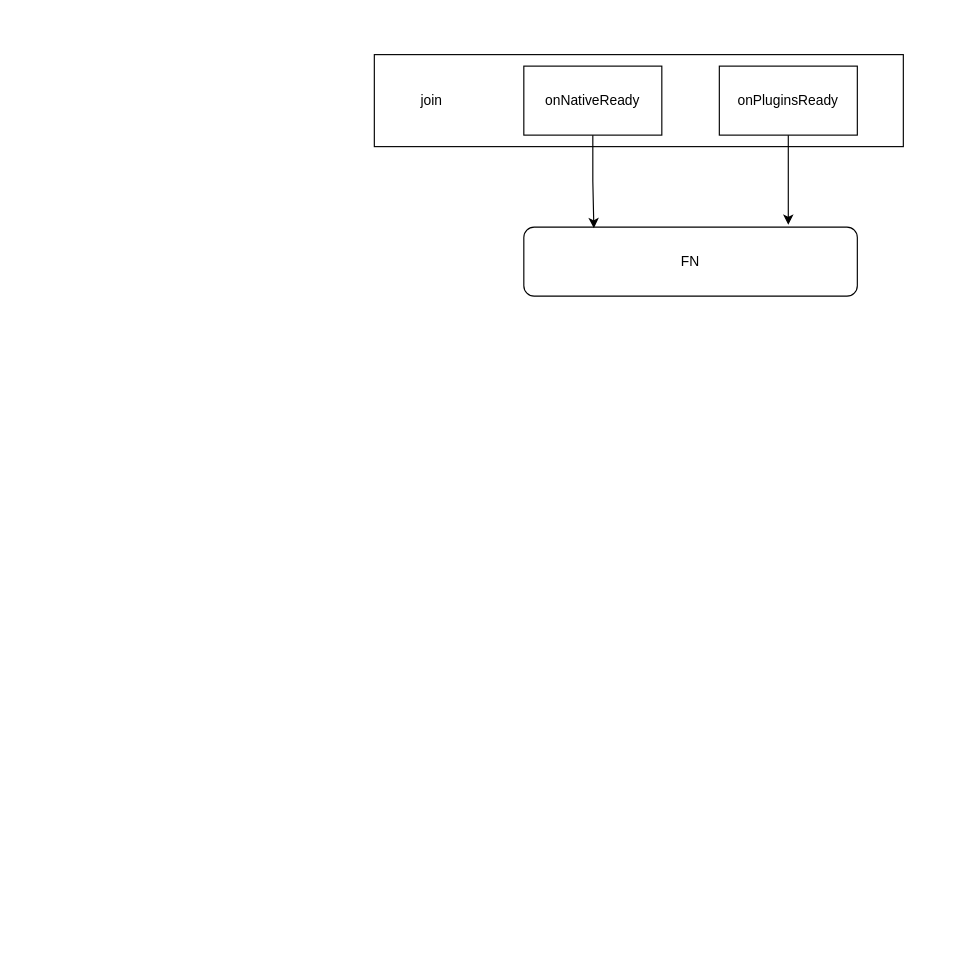
jsven/design-draw keeps this draw.io diagram as cordova/subscribe.drawio. Above is the earlier version. Source tidied: cells renumbered, new cells numbered last; positions are measured from the earlier drawing's top-left corner, leaving out a move shared by most shapes. Both pictures are drawn from the tidied source at 115%, with x=0, y=0 at pixel (374, 54).
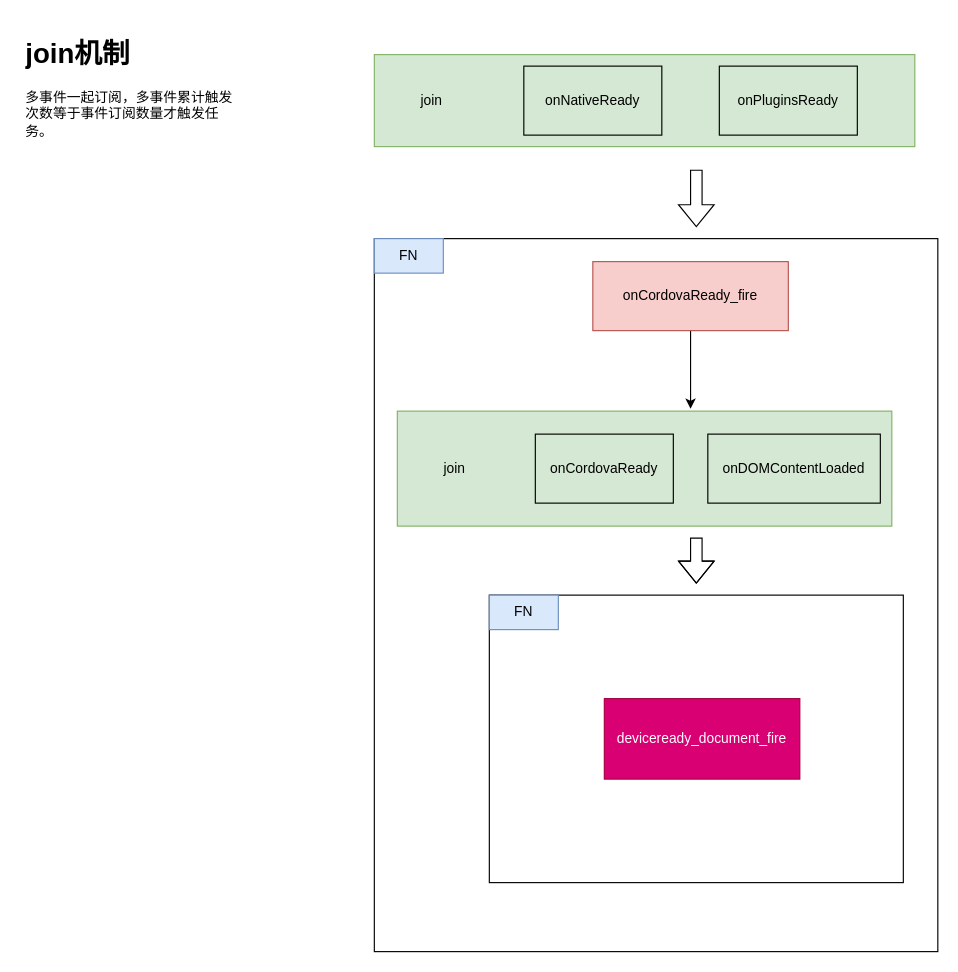
After the change.

Unchanged cells that the change refers to:
```xml
<mxCell id="3" value="onNativeReady" style="rounded=0;whiteSpace=wrap;html=1;fillColor=none;" parent="1" vertex="1">
  <mxGeometry x="130" y="10" width="120" height="60" as="geometry" />
</mxCell>
<mxCell id="5" value="onPluginsReady" style="rounded=0;whiteSpace=wrap;html=1;fillColor=none;" parent="1" vertex="1">
  <mxGeometry x="300" y="10" width="120" height="60" as="geometry" />
</mxCell>
```

Diff of the diagram source:
```diff
@@
-    <mxCell id="2" style="edgeStyle=orthogonalEdgeStyle;rounded=0;jettySize=auto;html=1;entryX=0.21;entryY=0.017;entryDx=0;entryDy=0;entryPerimeter=0;" parent="1" edge="1" source="3" target="6">
-      <mxGeometry relative="1" as="geometry" />
-    </mxCell>
+    <mxCell id="7" style="rounded=0;whiteSpace=wrap;html=1;fillColor=#d5e8d4;strokeColor=#82b366;" parent="1" vertex="1">
+      <mxGeometry width="470" height="80" as="geometry" />
+    </mxCell>
@@
-    <mxCell id="4" style="edgeStyle=orthogonalEdgeStyle;rounded=0;jettySize=auto;html=1;entryX=0.793;entryY=-0.033;entryDx=0;entryDy=0;entryPerimeter=0;" parent="1" edge="1" source="5" target="6">
-      <mxGeometry relative="1" as="geometry" />
-    </mxCell>
@@
-    <mxCell id="6" value="FN" style="rounded=1;whiteSpace=wrap;html=1;fillColor=none;" parent="1" vertex="1">
-      <mxGeometry x="130" y="150" width="290" height="60" as="geometry" />
-    </mxCell>
-    <mxCell id="7" style="rounded=0;whiteSpace=wrap;html=1;fillColor=none;" parent="1" vertex="1">
-      <mxGeometry width="460" height="80" as="geometry" />
-    </mxCell>
@@
+    <mxCell id="9" value="&lt;h1&gt;join机制&lt;/h1&gt;&lt;p&gt;多事件一起订阅，多事件累计触发次数等于事件订阅数量才触发任务。&lt;/p&gt;" style="text;html=1;strokeColor=none;fillColor=none;spacing=5;spacingTop=-20;whiteSpace=wrap;overflow=hidden;rounded=0;" parent="1" vertex="1">
+      <mxGeometry x="-308" y="-20" width="190" height="120" as="geometry" />
+    </mxCell>
+    <mxCell id="10" style="rounded=0;whiteSpace=wrap;html=1;fillColor=none;" parent="1" vertex="1">
+      <mxGeometry y="160" width="490" height="620" as="geometry" />
+    </mxCell>
+    <mxCell id="11" value="FN" style="text;html=1;strokeColor=#6c8ebf;fillColor=#dae8fc;align=center;verticalAlign=middle;whiteSpace=wrap;rounded=0;" parent="1" vertex="1">
+      <mxGeometry y="160" width="60" height="30" as="geometry" />
+    </mxCell>
+    <mxCell id="12" style="edgeStyle=orthogonalEdgeStyle;rounded=0;jettySize=auto;html=1;entryX=0.593;entryY=-0.02;entryDx=0;entryDy=0;entryPerimeter=0;" parent="1" edge="1" source="13" target="15">
+      <mxGeometry relative="1" as="geometry" />
+    </mxCell>
+    <mxCell id="13" value="onCordovaReady_fire" style="rounded=0;whiteSpace=wrap;html=1;fillColor=#f8cecc;strokeColor=#b85450;" parent="1" vertex="1">
+      <mxGeometry x="190" y="180" width="170" height="60" as="geometry" />
+    </mxCell>
+    <mxCell id="14" style="shape=flexArrow;endArrow=classic;html=1;rounded=0;" parent="1" edge="1">
+      <mxGeometry relative="1" as="geometry">
+        <mxPoint x="280" y="100" as="sourcePoint" />
+        <mxPoint x="280" y="150" as="targetPoint" />
+      </mxGeometry>
+    </mxCell>
+    <mxCell id="15" style="rounded=0;whiteSpace=wrap;html=1;fillColor=#d5e8d4;strokeColor=#82b366;" parent="1" vertex="1">
+      <mxGeometry x="20" y="310" width="430" height="100" as="geometry" />
+    </mxCell>
+    <mxCell id="16" value="onCordovaReady" style="rounded=0;whiteSpace=wrap;html=1;fillColor=none;" parent="1" vertex="1">
+      <mxGeometry x="140" y="330" width="120" height="60" as="geometry" />
+    </mxCell>
+    <mxCell id="17" value="onDOMContentLoaded" style="rounded=0;whiteSpace=wrap;html=1;fillColor=none;" parent="1" vertex="1">
+      <mxGeometry x="290" y="330" width="150" height="60" as="geometry" />
+    </mxCell>
+    <mxCell id="18" value="join" style="text;html=1;strokeColor=none;fillColor=none;align=center;verticalAlign=middle;whiteSpace=wrap;rounded=0;" parent="1" vertex="1">
+      <mxGeometry x="40" y="345" width="60" height="30" as="geometry" />
+    </mxCell>
+    <mxCell id="19" style="rounded=0;whiteSpace=wrap;html=1;fillColor=none;" parent="1" vertex="1">
+      <mxGeometry x="100" y="470" width="360" height="250" as="geometry" />
+    </mxCell>
+    <mxCell id="20" value="FN" style="text;html=1;strokeColor=#6c8ebf;fillColor=#dae8fc;align=center;verticalAlign=middle;whiteSpace=wrap;rounded=0;" parent="1" vertex="1">
+      <mxGeometry x="100" y="470" width="60" height="30" as="geometry" />
+    </mxCell>
+    <mxCell id="21" style="shape=flexArrow;endArrow=classic;html=1;rounded=0;" parent="1" edge="1">
+      <mxGeometry relative="1" as="geometry">
+        <mxPoint x="280" y="420" as="sourcePoint" />
+        <mxPoint x="280" y="460" as="targetPoint" />
+        <Array as="points">
+          <mxPoint x="280" y="420" />
+          <mxPoint x="280" y="430" />
+        </Array>
+      </mxGeometry>
+    </mxCell>
+    <mxCell id="22" value="deviceready_document_fire" style="rounded=0;whiteSpace=wrap;html=1;fillColor=#d80073;fontColor=#ffffff;strokeColor=#A50040;" parent="1" vertex="1">
+      <mxGeometry x="200" y="560" width="170" height="70" as="geometry" />
+    </mxCell>
```
